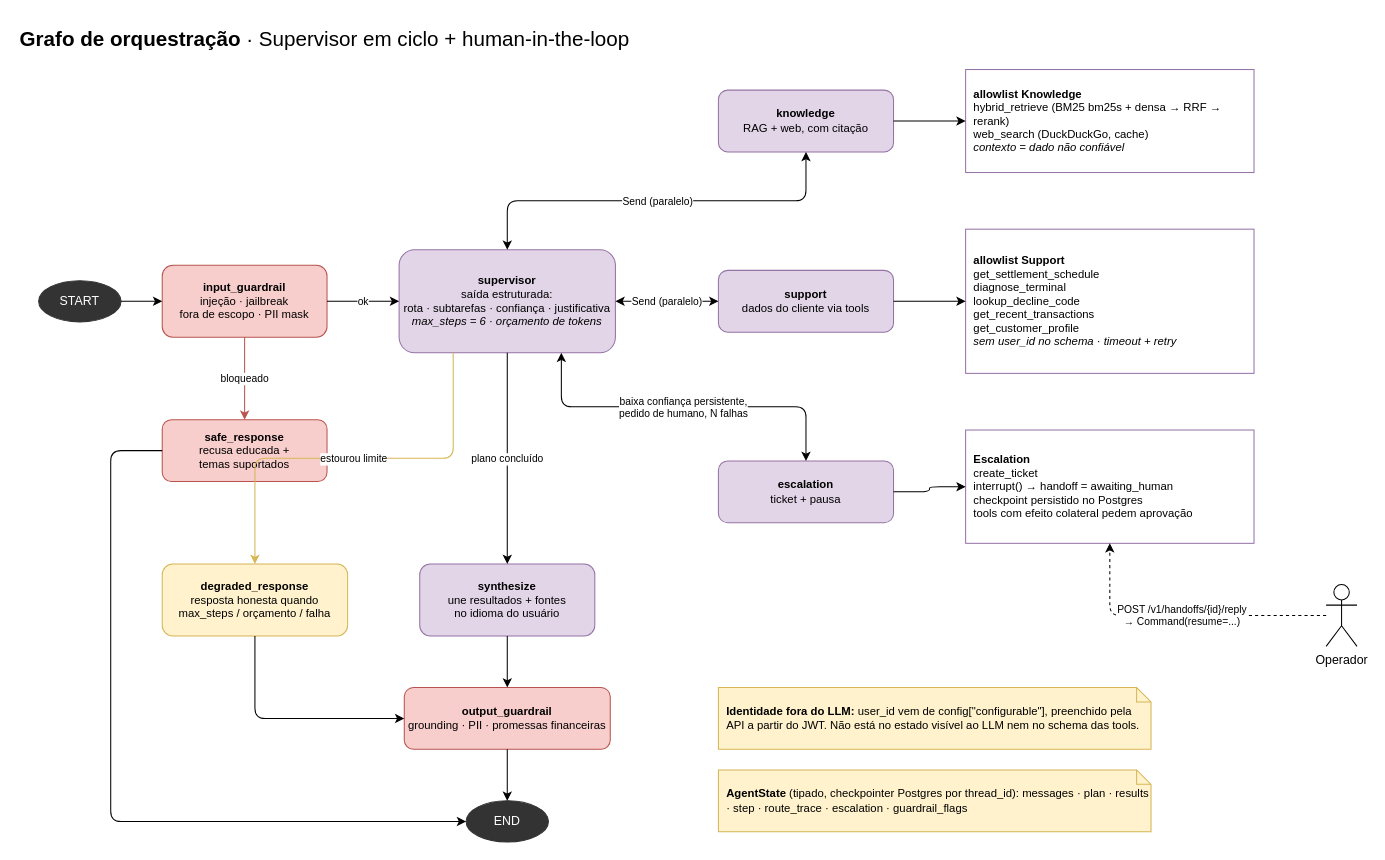
This is page "2. Grafo LangGraph" (2 of 3) of docs/architecture.drawio from GabsGeorge/AI-Hardcore-Engineer-v2, a draw.io file, before an edit. Source tidied: cells renumbered, new cells numbered last; positions are measured from the earlier drawing's top-left corner, leaving out a move shared by most shapes. Both pictures are drawn from the tidied source at 103%, with x=0, y=0 at pixel (18, 18).
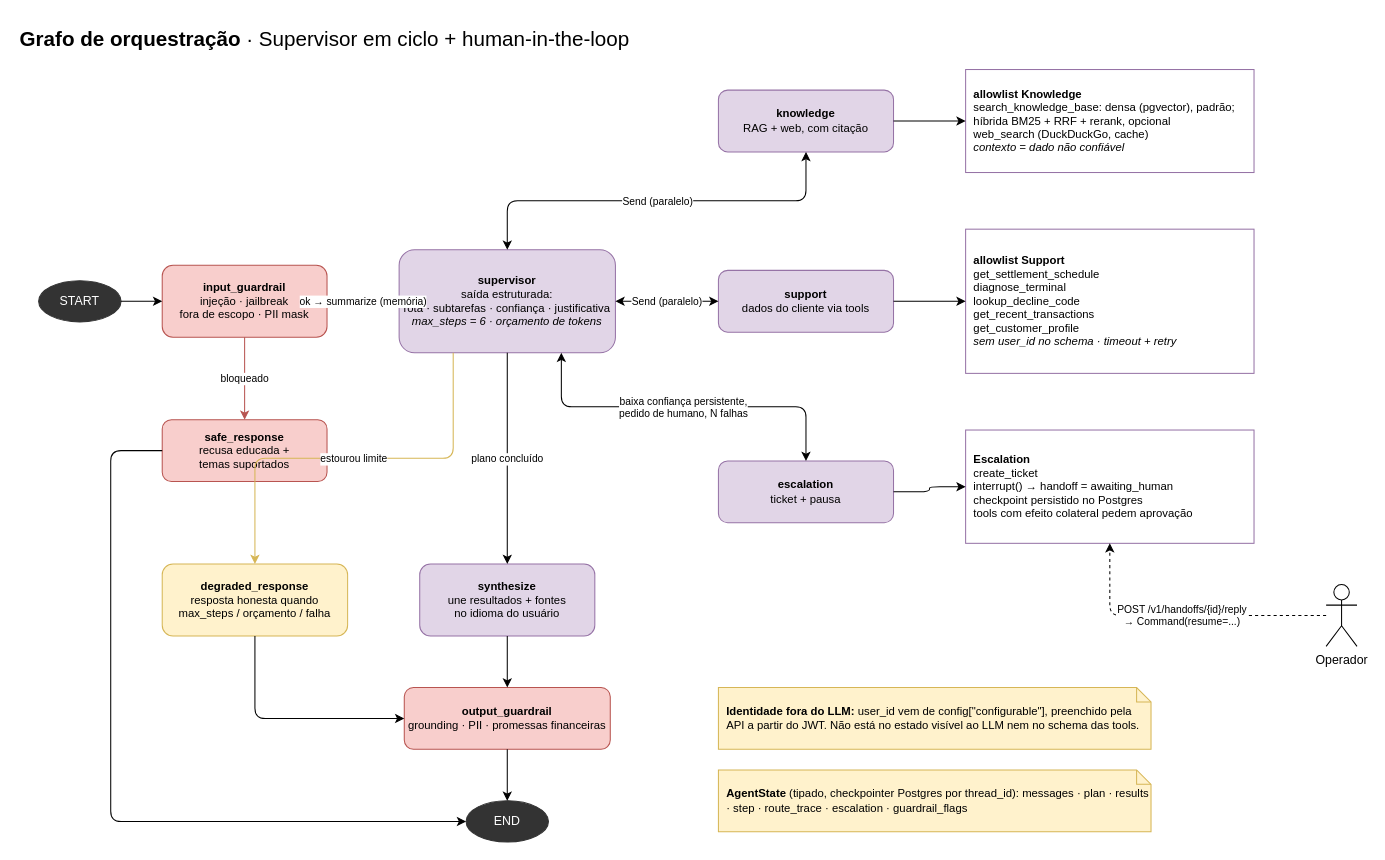
After the change.

Unchanged cells that the change refers to:
```xml
<mxCell id="4" value="&lt;b&gt;input_guardrail&lt;/b&gt;&lt;br&gt;injeção · jailbreak&lt;br&gt;fora de escopo · PII mask" style="rounded=1;whiteSpace=wrap;html=1;fillColor=#f8cecc;strokeColor=#b85450;fontSize=11;" parent="1" vertex="1">
  <mxGeometry x="140" y="240" width="160" height="70" as="geometry" />
</mxCell>
<mxCell id="6" value="&lt;b&gt;supervisor&lt;/b&gt;&lt;br&gt;saída estruturada:&lt;br&gt;rota · subtarefas · confiança · justificativa&lt;br&gt;&lt;i&gt;max_steps = 6 · orçamento de tokens&lt;/i&gt;" style="rounded=1;whiteSpace=wrap;html=1;fillColor=#e1d5e7;strokeColor=#9673a6;fontSize=11;" parent="1" vertex="1">
  <mxGeometry x="370" y="225" width="210" height="100" as="geometry" />
</mxCell>
```

Change to the diagram source:
```diff
@@
-    <mxCell id="10" value="&lt;b&gt;allowlist Knowledge&lt;/b&gt;&lt;br&gt;hybrid_retrieve (BM25 bm25s + densa → RRF → rerank)&lt;br&gt;web_search (DuckDuckGo, cache)&lt;br&gt;&lt;i&gt;contexto = dado não confiável&lt;/i&gt;" style="rounded=0;whiteSpace=wrap;html=1;fillColor=#ffffff;strokeColor=#9673a6;align=left;spacingLeft=6;fontSize=11;" parent="1" vertex="1">
+    <mxCell id="10" value="&lt;b&gt;allowlist Knowledge&lt;/b&gt;&lt;br&gt;search_knowledge_base: densa (pgvector), padrão; híbrida BM25 + RRF + rerank, opcional&lt;br&gt;web_search (DuckDuckGo, cache)&lt;br&gt;&lt;i&gt;contexto = dado não confiável&lt;/i&gt;" style="rounded=0;whiteSpace=wrap;html=1;fillColor=#ffffff;strokeColor=#9673a6;align=left;spacingLeft=6;fontSize=11;" parent="1" vertex="1">
       <mxGeometry x="920" y="50" width="280" height="100" as="geometry" />
     </mxCell>
@@
-    <mxCell id="22" value="ok" style="edgeStyle=orthogonalEdgeStyle;html=1;endArrow=classic;fontSize=10;labelBackgroundColor=#ffffff;" parent="1" edge="1" source="4" target="6">
+    <mxCell id="22" value="ok → summarize (memória)" style="edgeStyle=orthogonalEdgeStyle;html=1;endArrow=classic;fontSize=10;labelBackgroundColor=#ffffff;" parent="1" edge="1" source="4" target="6">
       <mxGeometry relative="1" as="geometry" />
     </mxCell>
```
